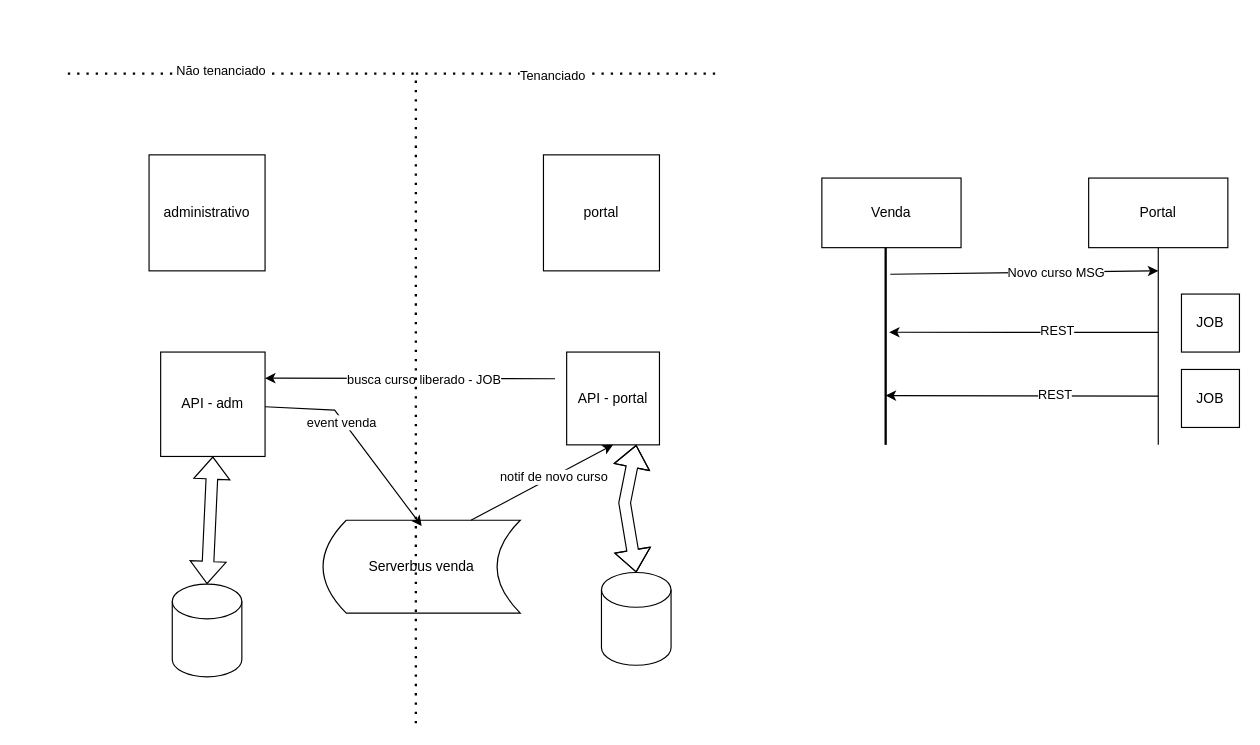
The draw.io diagram arquitetura.drawio in jedisonvieira/softwareArch, before the edit. Source tidied: cells renumbered, new cells numbered last; positions are measured from the earlier drawing's top-left corner, leaving out a move shared by most shapes. Both pictures are drawn from the tidied source at 116%, with x=0, y=0 at pixel (67, 73).
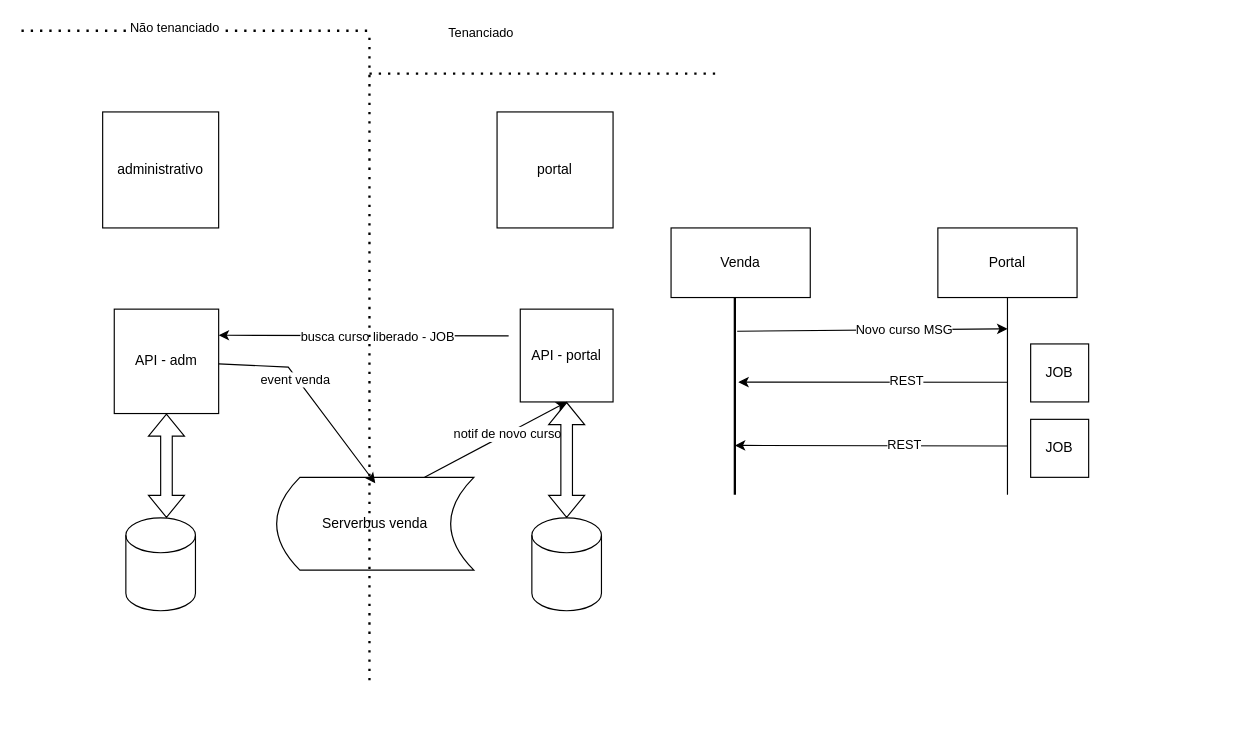
The same diagram, later.

What changed in the source:
```diff
@@
     <mxCell id="2" value="administrativo" style="whiteSpace=wrap;html=1;" parent="1" vertex="1">
-      <mxGeometry x="70" y="70" width="100" height="100" as="geometry" />
+      <mxGeometry x="30" y="33" width="100" height="100" as="geometry" />
     </mxCell>
     <mxCell id="3" value="portal" style="whiteSpace=wrap;html=1;" parent="1" vertex="1">
-      <mxGeometry x="410" y="70" width="100" height="100" as="geometry" />
+      <mxGeometry x="370" y="33" width="100" height="100" as="geometry" />
     </mxCell>
     <mxCell id="4" value="API - adm" style="whiteSpace=wrap;html=1;" parent="1" vertex="1">
-      <mxGeometry x="80" y="240" width="90" height="90" as="geometry" />
+      <mxGeometry x="40" y="203" width="90" height="90" as="geometry" />
     </mxCell>
     <mxCell id="5" value="API - portal" style="whiteSpace=wrap;html=1;" parent="1" vertex="1">
-      <mxGeometry x="430" y="240" width="80" height="80" as="geometry" />
+      <mxGeometry x="390" y="203" width="80" height="80" as="geometry" />
     </mxCell>
     <mxCell id="6" value="Serverbus venda" style="shape=dataStorage;whiteSpace=wrap;html=1;fixedSize=1;" parent="1" vertex="1">
-      <mxGeometry x="220" y="385" width="170" height="80" as="geometry" />
+      <mxGeometry x="180" y="348" width="170" height="80" as="geometry" />
     </mxCell>
     <mxCell id="7" style="endArrow=classic;html=1;rounded=0;entryX=0.5;entryY=0.063;entryDx=0;entryDy=0;entryPerimeter=0;" parent="1" edge="1" source="4" target="6">
       <mxGeometry relative="1" as="geometry">
         <Array as="points">
-          <mxPoint x="230" y="290" />
+          <mxPoint x="190" y="253" />
         </Array>
       </mxGeometry>
     </mxCell>
@@
     <mxCell id="11" style="shape=cylinder3;whiteSpace=wrap;html=1;boundedLbl=1;backgroundOutline=1;size=15;" parent="1" vertex="1">
-      <mxGeometry x="90" y="440" width="60" height="80" as="geometry" />
+      <mxGeometry x="50" y="383" width="60" height="80" as="geometry" />
     </mxCell>
     <mxCell id="12" style="shape=cylinder3;whiteSpace=wrap;html=1;boundedLbl=1;backgroundOutline=1;size=15;" parent="1" vertex="1">
-      <mxGeometry x="460" y="430" width="60" height="80" as="geometry" />
+      <mxGeometry x="400" y="383" width="60" height="80" as="geometry" />
     </mxCell>
-    <mxCell id="13" style="shape=flexArrow;endArrow=classic;startArrow=classic;html=1;rounded=0;entryX=0.5;entryY=1;entryDx=0;entryDy=0;exitX=0.5;exitY=0;exitDx=0;exitDy=0;exitPerimeter=0;" parent="1" edge="1" source="11" target="4">
-      <mxGeometry relative="1" as="geometry" />
+    <mxCell id="13" style="shape=flexArrow;endArrow=classic;startArrow=classic;html=1;rounded=0;entryX=0.5;entryY=1;entryDx=0;entryDy=0;" parent="1" edge="1" target="4">
+      <mxGeometry relative="1" as="geometry">
+        <mxPoint x="85" y="383" as="sourcePoint" />
+      </mxGeometry>
     </mxCell>
-    <mxCell id="14" style="shape=flexArrow;endArrow=classic;startArrow=classic;html=1;rounded=0;exitX=0.5;exitY=0;exitDx=0;exitDy=0;exitPerimeter=0;" parent="1" edge="1" source="12">
-      <mxGeometry relative="1" as="geometry">
-        <mxPoint x="490" y="320" as="targetPoint" />
-        <Array as="points">
-          <mxPoint x="480" y="370" />
-        </Array>
-      </mxGeometry>
-    </mxCell>
     <mxCell id="15" style="endArrow=classic;html=1;rounded=0;entryX=1;entryY=0.25;entryDx=0;entryDy=0;" parent="1" edge="1" target="4">
       <mxGeometry relative="1" as="geometry">
-        <mxPoint x="420" y="263" as="sourcePoint" />
+        <mxPoint x="380" y="226" as="sourcePoint" />
       </mxGeometry>
     </mxCell>
@@
     <mxCell id="17" value="Venda" style="rounded=0;whiteSpace=wrap;html=1;" parent="1" vertex="1">
-      <mxGeometry x="650" y="90" width="120" height="60" as="geometry" />
+      <mxGeometry x="520" y="133" width="120" height="60" as="geometry" />
     </mxCell>
     <mxCell id="18" value="Portal" style="rounded=0;whiteSpace=wrap;html=1;" parent="1" vertex="1">
-      <mxGeometry x="880" y="90" width="120" height="60" as="geometry" />
+      <mxGeometry x="750" y="133" width="120" height="60" as="geometry" />
     </mxCell>
     <mxCell id="19" style="line;strokeWidth=2;direction=south;html=1;" parent="1" vertex="1">
-      <mxGeometry x="700" y="150" width="10" height="170" as="geometry" />
+      <mxGeometry x="570" y="193" width="10" height="170" as="geometry" />
     </mxCell>
     <mxCell id="20" style="endArrow=none;html=1;rounded=0;entryX=0.5;entryY=1;entryDx=0;entryDy=0;" parent="1" edge="1" target="18">
       <mxGeometry relative="1" as="geometry">
-        <mxPoint x="940" y="320" as="sourcePoint" />
+        <mxPoint x="810" y="363" as="sourcePoint" />
       </mxGeometry>
     </mxCell>
-    <mxCell id="21" style="endArrow=classic;html=1;rounded=0;exitX=0.135;exitY=0.1;exitDx=0;exitDy=0;exitPerimeter=0;" parent="1" edge="1" source="19">
+    <mxCell id="21" style="endArrow=classic;html=1;rounded=0;exitX=0.171;exitY=0.3;exitDx=0;exitDy=0;exitPerimeter=0;" parent="1" edge="1" source="19">
       <mxGeometry relative="1" as="geometry">
-        <mxPoint x="940" y="170" as="targetPoint" />
+        <mxPoint x="810" y="220" as="targetPoint" />
       </mxGeometry>
     </mxCell>
@@
     <mxCell id="23" value="JOB" style="whiteSpace=wrap;html=1;" parent="1" vertex="1">
-      <mxGeometry x="960" y="190" width="50" height="50" as="geometry" />
+      <mxGeometry x="830" y="233" width="50" height="50" as="geometry" />
     </mxCell>
     <mxCell id="24" value="JOB" style="whiteSpace=wrap;html=1;" parent="1" vertex="1">
-      <mxGeometry x="960" y="255" width="50" height="50" as="geometry" />
+      <mxGeometry x="830" y="298" width="50" height="50" as="geometry" />
     </mxCell>
     <mxCell id="25" style="endArrow=classic;html=1;rounded=0;entryX=0.429;entryY=0.2;entryDx=0;entryDy=0;entryPerimeter=0;" parent="1" edge="1" target="19">
       <mxGeometry relative="1" as="geometry">
-        <mxPoint x="940" y="223" as="sourcePoint" />
+        <mxPoint x="810" y="266" as="sourcePoint" />
       </mxGeometry>
     </mxCell>
@@
     <mxCell id="27" style="endArrow=classic;html=1;rounded=0;entryX=0.75;entryY=0.5;entryDx=0;entryDy=0;entryPerimeter=0;" parent="1" edge="1" target="19">
       <mxGeometry relative="1" as="geometry">
-        <mxPoint x="940" y="278" as="sourcePoint" />
+        <mxPoint x="810" y="321" as="sourcePoint" />
       </mxGeometry>
     </mxCell>
@@
     <mxCell id="29" style="endArrow=none;dashed=1;html=1;dashPattern=1 3;strokeWidth=2;rounded=0;" parent="1" edge="1">
       <mxGeometry relative="1" as="geometry">
-        <mxPoint as="sourcePoint" />
-        <mxPoint x="300" as="targetPoint" />
+        <mxPoint x="-40" y="-37" as="sourcePoint" />
+        <mxPoint x="260" y="-37" as="targetPoint" />
       </mxGeometry>
     </mxCell>
@@
     <mxCell id="31" style="endArrow=none;dashed=1;html=1;dashPattern=1 3;strokeWidth=2;rounded=0;" parent="1" edge="1">
       <mxGeometry relative="1" as="geometry">
-        <mxPoint x="300" as="sourcePoint" />
+        <mxPoint x="260" as="sourcePoint" />
         <mxPoint x="560" as="targetPoint" />
       </mxGeometry>
     </mxCell>
     <mxCell id="32" value="Tenanciado" style="edgeLabel;html=1;align=center;verticalAlign=middle;" parent="31" vertex="1">
-      <mxGeometry x="-0.1" y="-1" relative="1" as="geometry" />
+      <mxGeometry x="-0.1" y="-1" relative="1" as="geometry">
+        <mxPoint x="-40" y="-37" as="offset" />
+      </mxGeometry>
     </mxCell>
     <mxCell id="33" style="endArrow=none;dashed=1;html=1;dashPattern=1 3;strokeWidth=2;rounded=0;" parent="1" edge="1">
       <mxGeometry relative="1" as="geometry">
-        <mxPoint x="300" y="560" as="sourcePoint" />
-        <mxPoint x="300" as="targetPoint" />
+        <mxPoint x="260" y="523" as="sourcePoint" />
+        <mxPoint x="260" y="-37" as="targetPoint" />
       </mxGeometry>
     </mxCell>
+    <mxCell id="34" style="shape=flexArrow;endArrow=classic;startArrow=classic;html=1;rounded=0;entryX=0.5;entryY=1;entryDx=0;entryDy=0;" parent="1" edge="1" target="5">
+      <mxGeometry relative="1" as="geometry">
+        <mxPoint x="430" y="383" as="sourcePoint" />
+      </mxGeometry>
+    </mxCell>
```
